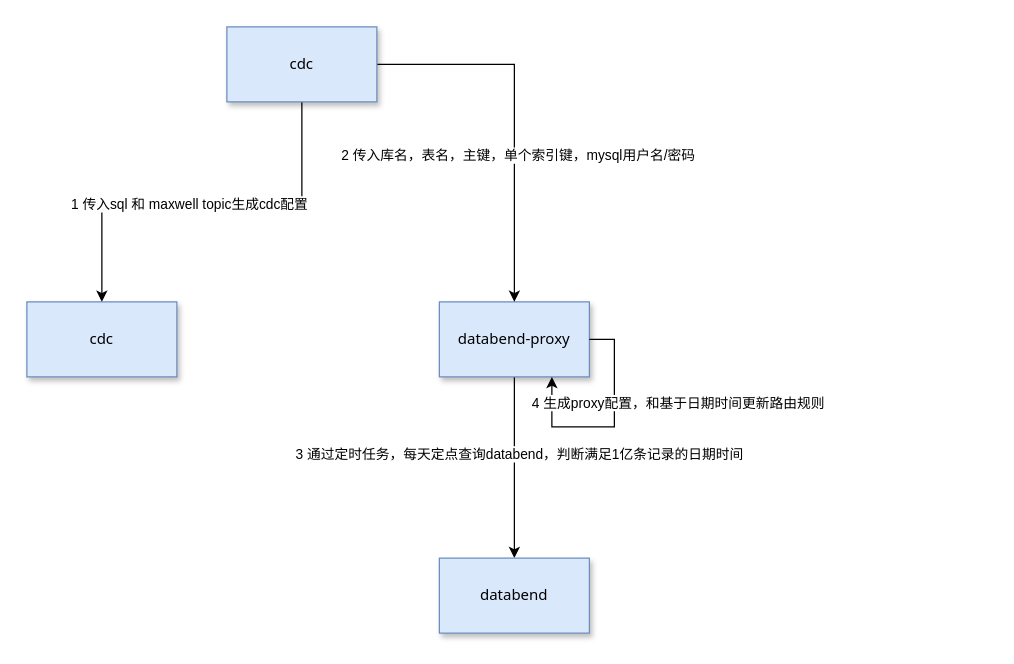
The draw.io diagram doc/databend-mysql缓存实现设计.drawio in jackjoesh/databend, before the edit. Source tidied: cells renumbered, new cells numbered last; positions are measured from the earlier drawing's top-left corner, leaving out a move shared by most shapes. Both pictures are drawn from the tidied source at 125%, with x=0, y=0 at pixel (26, 26).
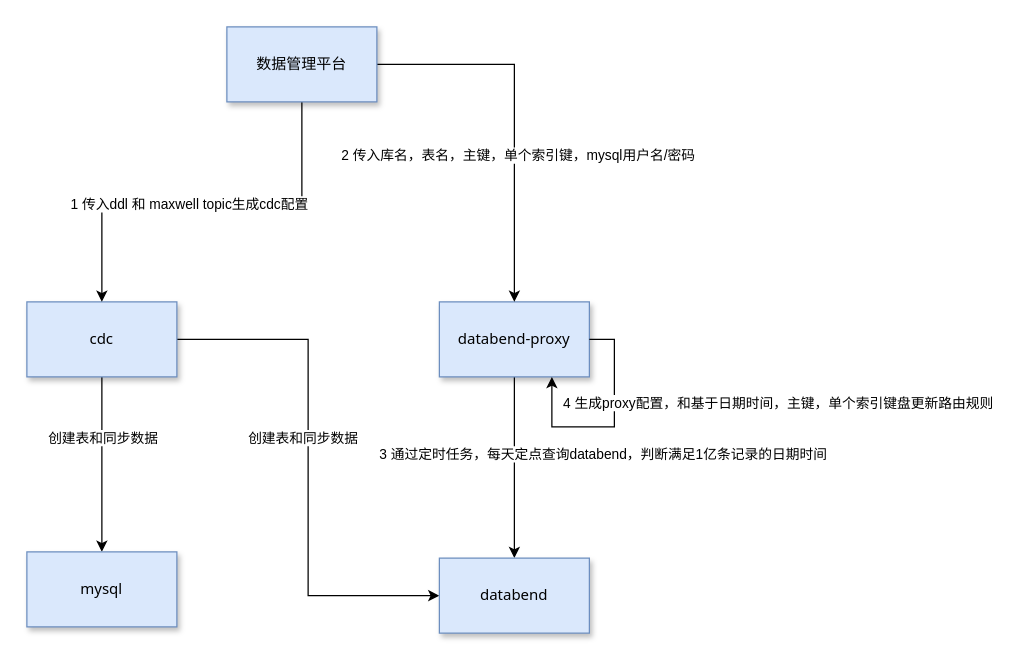
The same diagram, later.

Commit message (it also covers changes not shown here):
更新databend-mysql缓存实现设计.drawio

The change refers to these unchanged cells:
```xml
<mxCell id="2" value="cdc" style="rounded=0;whiteSpace=wrap;html=1;fillColor=#dae8fc;strokeColor=#6c8ebf;shadow=1;fontFamily=Tahoma;" parent="1" vertex="1">
  <mxGeometry y="220" width="120" height="60" as="geometry" />
</mxCell>
<mxCell id="3" style="edgeStyle=orthogonalEdgeStyle;rounded=0;jettySize=auto;html=1;exitX=0.5;exitY=1;exitDx=0;exitDy=0;entryX=0.5;entryY=0;entryDx=0;entryDy=0;" parent="1" edge="1" source="5" target="6">
  <mxGeometry relative="1" as="geometry" />
</mxCell>
<mxCell id="6" value="databend" style="rounded=0;whiteSpace=wrap;html=1;fillColor=#dae8fc;strokeColor=#6c8ebf;shadow=1;fontFamily=Tahoma;" parent="1" vertex="1">
  <mxGeometry x="330" y="425" width="120" height="60" as="geometry" />
</mxCell>
<mxCell id="7" style="edgeStyle=orthogonalEdgeStyle;rounded=0;jettySize=auto;html=1;exitX=0.5;exitY=1;exitDx=0;exitDy=0;entryX=0.5;entryY=0;entryDx=0;entryDy=0;" parent="1" edge="1" source="11" target="2">
  <mxGeometry relative="1" as="geometry" />
</mxCell>
<mxCell id="12" style="edgeStyle=orthogonalEdgeStyle;rounded=0;jettySize=auto;html=1;exitX=1;exitY=0.5;exitDx=0;exitDy=0;" parent="1" edge="1" source="5">
  <mxGeometry relative="1" as="geometry">
    <mxPoint x="420" y="280" as="targetPoint" />
    <Array as="points">
      <mxPoint x="470" y="250" />
      <mxPoint x="470" y="320" />
      <mxPoint x="420" y="320" />
    </Array>
  </mxGeometry>
</mxCell>
```

Change to the diagram source:
```diff
@@
+    <mxCell id="14" style="edgeStyle=orthogonalEdgeStyle;rounded=0;jettySize=auto;html=1;exitX=0.5;exitY=1;exitDx=0;exitDy=0;entryX=0.5;entryY=0;entryDx=0;entryDy=0;" parent="1" edge="1" source="2" target="18">
+      <mxGeometry relative="1" as="geometry" />
+    </mxCell>
+    <mxCell id="15" value="创建表和同步数据" style="edgeLabel;html=1;align=center;verticalAlign=middle;" parent="14" vertex="1">
+      <mxGeometry x="-0.31" relative="1" as="geometry" />
+    </mxCell>
+    <mxCell id="16" style="edgeStyle=orthogonalEdgeStyle;rounded=0;jettySize=auto;html=1;exitX=1;exitY=0.5;exitDx=0;exitDy=0;entryX=0;entryY=0.5;entryDx=0;entryDy=0;" parent="1" edge="1" source="2" target="6">
+      <mxGeometry relative="1" as="geometry" />
+    </mxCell>
+    <mxCell id="17" value="创建表和同步数据" style="edgeLabel;html=1;align=center;verticalAlign=middle;" parent="16" vertex="1">
+      <mxGeometry x="-0.12" y="-1" relative="1" as="geometry">
+        <mxPoint x="-4" as="offset" />
+      </mxGeometry>
+    </mxCell>
@@
     <mxCell id="4" value="3 通过定时任务，每天定点查询databend，判断满足1亿条记录的日期时间" style="edgeLabel;html=1;align=center;verticalAlign=middle;" parent="3" vertex="1">
-      <mxGeometry x="-0.16" y="3" relative="1" as="geometry" />
+      <mxGeometry x="-0.16" y="3" relative="1" as="geometry">
+        <mxPoint x="67" as="offset" />
+      </mxGeometry>
     </mxCell>
@@
-    <mxCell id="8" value="1 传入sql 和 maxwell topic生成cdc配置" style="edgeLabel;html=1;align=center;verticalAlign=middle;" parent="7" vertex="1">
+    <mxCell id="8" value="1 传入ddl 和 maxwell topic生成cdc配置" style="edgeLabel;html=1;align=center;verticalAlign=middle;" parent="7" vertex="1">
       <mxGeometry x="0.07" y="1" relative="1" as="geometry" />
     </mxCell>
@@
-    <mxCell id="11" value="cdc" style="rounded=0;whiteSpace=wrap;html=1;fillColor=#dae8fc;strokeColor=#6c8ebf;shadow=1;fontFamily=Tahoma;" parent="1" vertex="1">
+    <mxCell id="11" value="数据管理平台" style="rounded=0;whiteSpace=wrap;html=1;fillColor=#dae8fc;strokeColor=#6c8ebf;shadow=1;fontFamily=Tahoma;" parent="1" vertex="1">
       <mxGeometry x="160" width="120" height="60" as="geometry" />
     </mxCell>
@@
-    <mxCell id="13" value="4 生成proxy配置，和基于日期时间更新路由规则" style="edgeLabel;html=1;align=center;verticalAlign=middle;" parent="12" vertex="1">
+    <mxCell id="13" value="4 生成proxy配置，和基于日期时间，主键，单个索引键盘更新路由规则" style="edgeLabel;html=1;align=center;verticalAlign=middle;" parent="12" vertex="1">
       <mxGeometry x="-0.14" y="-3" relative="1" as="geometry">
-        <mxPoint x="53" y="-7" as="offset" />
+        <mxPoint x="133" y="-7" as="offset" />
       </mxGeometry>
     </mxCell>
+    <mxCell id="18" value="mysql" style="rounded=0;whiteSpace=wrap;html=1;fillColor=#dae8fc;strokeColor=#6c8ebf;shadow=1;fontFamily=Tahoma;" parent="1" vertex="1">
+      <mxGeometry y="420" width="120" height="60" as="geometry" />
+    </mxCell>
```
